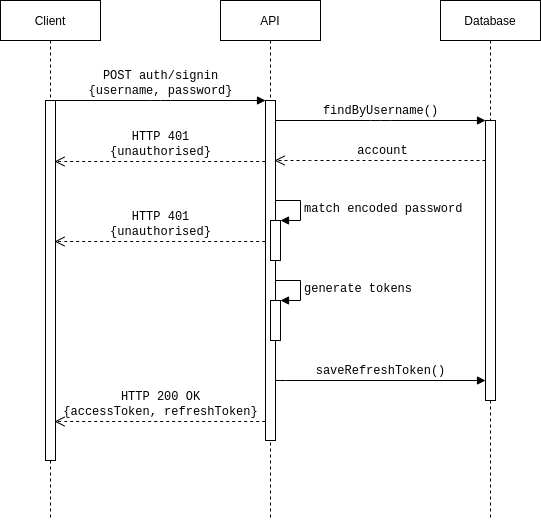
Earlier version of the draw.io export diagrams/auth-signin.png (the-pragmatic-dev/meco-api). Source tidied: cells renumbered, new cells last; positions are measured from the earlier drawing's top-left corner, leaving out a move shared by most shapes. Its diagram source:
```xml
<mxGraphModel background="#ffffff">
  <root>
    <mxCell id="0" />
    <mxCell id="1" parent="0" />
    <mxCell id="2" value="&lt;font face=&quot;Helvetica&quot;&gt;API&lt;/font&gt;" style="shape=umlLifeline;perimeter=lifelinePerimeter;whiteSpace=wrap;html=1;rounded=0;shadow=0;comic=0;labelBackgroundColor=none;strokeWidth=1;fontFamily=Verdana;fontSize=12;align=center;" parent="1" vertex="1">
      <mxGeometry x="220" width="100" height="520" as="geometry" />
    </mxCell>
    <mxCell id="3" style="html=1;points=[];perimeter=orthogonalPerimeter;rounded=0;shadow=0;comic=0;labelBackgroundColor=none;strokeWidth=1;fontFamily=Verdana;fontSize=12;align=center;" parent="2" vertex="1">
      <mxGeometry x="45" y="100" width="10" height="340" as="geometry" />
    </mxCell>
    <mxCell id="4" style="html=1;points=[];perimeter=orthogonalPerimeter;" parent="2" vertex="1">
      <mxGeometry x="50" y="300" width="10" height="40" as="geometry" />
    </mxCell>
    <mxCell id="5" value="&lt;font face=&quot;Courier New&quot; style=&quot;font-size: 12px&quot;&gt;generate tokens&lt;/font&gt;" style="edgeStyle=orthogonalEdgeStyle;html=1;align=left;spacingLeft=2;endArrow=block;rounded=0;entryX=1;entryY=0;comic=0;labelBackgroundColor=none;" parent="2" edge="1" target="4">
      <mxGeometry relative="1" as="geometry">
        <mxPoint x="55" y="280" as="sourcePoint" />
        <Array as="points">
          <mxPoint x="80" y="280" />
        </Array>
      </mxGeometry>
    </mxCell>
    <mxCell id="6" value="&lt;font face=&quot;Helvetica&quot;&gt;Database&lt;/font&gt;" style="shape=umlLifeline;perimeter=lifelinePerimeter;whiteSpace=wrap;html=1;rounded=0;shadow=0;comic=0;labelBackgroundColor=none;strokeWidth=1;fontFamily=Verdana;fontSize=12;align=center;" parent="1" vertex="1">
      <mxGeometry x="440" width="100" height="520" as="geometry" />
    </mxCell>
    <mxCell id="7" style="html=1;points=[];perimeter=orthogonalPerimeter;rounded=0;shadow=0;comic=0;labelBackgroundColor=none;strokeWidth=1;fontFamily=Verdana;fontSize=12;align=center;" parent="6" vertex="1">
      <mxGeometry x="45" y="120" width="10" height="280" as="geometry" />
    </mxCell>
    <mxCell id="8" value="&lt;font face=&quot;Helvetica&quot;&gt;Client&lt;/font&gt;" style="shape=umlLifeline;perimeter=lifelinePerimeter;whiteSpace=wrap;html=1;rounded=0;shadow=0;comic=0;labelBackgroundColor=none;strokeWidth=1;fontFamily=Verdana;fontSize=12;align=center;" parent="1" vertex="1">
      <mxGeometry width="100" height="520" as="geometry" />
    </mxCell>
    <mxCell id="9" style="html=1;points=[];perimeter=orthogonalPerimeter;rounded=0;shadow=0;comic=0;labelBackgroundColor=none;strokeWidth=1;fontFamily=Verdana;fontSize=12;align=center;" parent="8" vertex="1">
      <mxGeometry x="45" y="100" width="10" height="360" as="geometry" />
    </mxCell>
    <mxCell id="10" value="&lt;font face=&quot;Courier New&quot;&gt;POST auth/signin&lt;br&gt;{username, password}&lt;/font&gt;" style="html=1;verticalAlign=bottom;endArrow=block;entryX=0;entryY=0;labelBackgroundColor=none;fontFamily=Verdana;fontSize=12;edgeStyle=elbowEdgeStyle;elbow=vertical;" parent="1" edge="1" source="9" target="3">
      <mxGeometry relative="1" as="geometry" />
    </mxCell>
    <mxCell id="11" value="&lt;font face=&quot;Courier New&quot;&gt;findByUsername()&lt;/font&gt;" style="html=1;verticalAlign=bottom;endArrow=block;entryX=0;entryY=0;labelBackgroundColor=none;fontFamily=Verdana;fontSize=12;edgeStyle=elbowEdgeStyle;elbow=vertical;" parent="1" edge="1" source="3" target="7">
      <mxGeometry relative="1" as="geometry" />
    </mxCell>
    <mxCell id="12" value="&lt;font face=&quot;Courier New&quot;&gt;account&lt;/font&gt;" style="html=1;verticalAlign=bottom;endArrow=open;dashed=1;endSize=8;labelBackgroundColor=none;fontFamily=Verdana;fontSize=12;edgeStyle=elbowEdgeStyle;elbow=vertical;" parent="1" edge="1" source="7">
      <mxGeometry x="-0.02" relative="1" as="geometry">
        <mxPoint x="274" y="160" as="targetPoint" />
        <Array as="points">
          <mxPoint x="320" y="160" />
        </Array>
      </mxGeometry>
    </mxCell>
    <mxCell id="13" style="html=1;points=[];perimeter=orthogonalPerimeter;" parent="1" vertex="1">
      <mxGeometry x="270" y="220" width="10" height="40" as="geometry" />
    </mxCell>
    <mxCell id="14" value="&lt;font face=&quot;Courier New&quot; style=&quot;font-size: 12px&quot;&gt;match encoded password&lt;/font&gt;" style="edgeStyle=orthogonalEdgeStyle;html=1;align=left;spacingLeft=2;endArrow=block;rounded=0;entryX=1;entryY=0;labelBackgroundColor=none;" parent="1" edge="1" target="13">
      <mxGeometry relative="1" as="geometry">
        <mxPoint x="275" y="200" as="sourcePoint" />
        <Array as="points">
          <mxPoint x="300" y="200" />
        </Array>
      </mxGeometry>
    </mxCell>
    <mxCell id="15" value="&lt;font face=&quot;Courier New&quot;&gt;HTTP 200 OK&lt;br&gt;{accessToken, refreshToken}&lt;/font&gt;" style="html=1;verticalAlign=bottom;endArrow=open;dashed=1;endSize=8;labelBackgroundColor=none;fontFamily=Verdana;fontSize=12;edgeStyle=elbowEdgeStyle;elbow=vertical;entryX=0.933;entryY=0.261;entryDx=0;entryDy=0;entryPerimeter=0;" parent="1" edge="1">
      <mxGeometry x="1" y="106" relative="1" as="geometry">
        <mxPoint x="264.7" y="421" as="sourcePoint" />
        <mxPoint x="54" y="421" as="targetPoint" />
        <Array as="points">
          <mxPoint x="99.7" y="421" />
        </Array>
      </mxGeometry>
    </mxCell>
    <mxCell id="16" value="&lt;font face=&quot;Courier New&quot;&gt;saveRefreshToken()&lt;/font&gt;" style="html=1;verticalAlign=bottom;endArrow=block;entryX=0;entryY=0;labelBackgroundColor=none;fontFamily=Verdana;fontSize=12;edgeStyle=elbowEdgeStyle;elbow=vertical;" parent="1" edge="1">
      <mxGeometry relative="1" as="geometry">
        <mxPoint x="275" y="380.2" as="sourcePoint" />
        <mxPoint x="485" y="380" as="targetPoint" />
      </mxGeometry>
    </mxCell>
    <mxCell id="17" value="&lt;font face=&quot;Courier New&quot;&gt;HTTP 401&lt;br&gt;{unauthorised}&lt;/font&gt;" style="html=1;verticalAlign=bottom;endArrow=open;dashed=1;endSize=8;labelBackgroundColor=none;fontFamily=Verdana;fontSize=12;edgeStyle=elbowEdgeStyle;elbow=vertical;entryX=0.933;entryY=0.261;entryDx=0;entryDy=0;entryPerimeter=0;" parent="1" edge="1">
      <mxGeometry x="1" y="106" relative="1" as="geometry">
        <mxPoint x="264.7" y="241" as="sourcePoint" />
        <mxPoint x="54" y="241" as="targetPoint" />
        <Array as="points">
          <mxPoint x="99.7" y="241" />
        </Array>
      </mxGeometry>
    </mxCell>
    <mxCell id="18" value="&lt;font face=&quot;Courier New&quot;&gt;HTTP 401&lt;br&gt;{unauthorised}&lt;/font&gt;" style="html=1;verticalAlign=bottom;endArrow=open;dashed=1;endSize=8;labelBackgroundColor=none;fontFamily=Verdana;fontSize=12;edgeStyle=elbowEdgeStyle;elbow=vertical;entryX=0.933;entryY=0.261;entryDx=0;entryDy=0;entryPerimeter=0;" parent="1" edge="1">
      <mxGeometry x="1" y="106" relative="1" as="geometry">
        <mxPoint x="264.7" y="161" as="sourcePoint" />
        <mxPoint x="54" y="161" as="targetPoint" />
        <Array as="points">
          <mxPoint x="99.7" y="161" />
        </Array>
      </mxGeometry>
    </mxCell>
  </root>
</mxGraphModel>
```
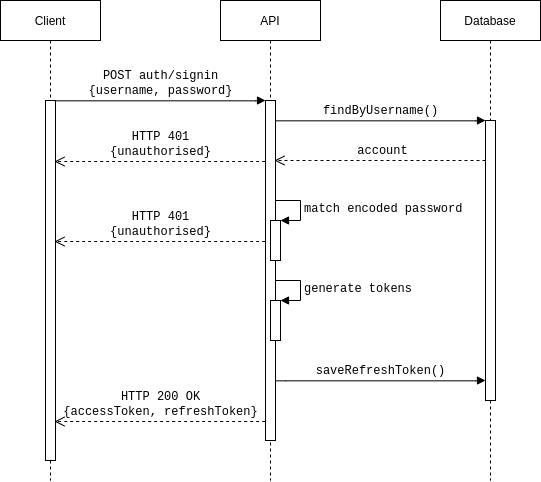
Above is the later version.

Commit message:
adding auth diagrams

The edit, as a diff of the source:
```diff
@@ -2,8 +2,8 @@
   <root>
     <mxCell id="0" />
     <mxCell id="1" parent="0" />
-    <mxCell id="2" value="&lt;font face=&quot;Helvetica&quot;&gt;API&lt;/font&gt;" style="shape=umlLifeline;perimeter=lifelinePerimeter;whiteSpace=wrap;html=1;rounded=0;shadow=0;comic=0;labelBackgroundColor=none;strokeWidth=1;fontFamily=Verdana;fontSize=12;align=center;" parent="1" vertex="1">
-      <mxGeometry x="220" width="100" height="520" as="geometry" />
+    <mxCell id="2" value="&lt;font face=&quot;Helvetica&quot;&gt;API&lt;/font&gt;" style="shape=umlLifeline;perimeter=lifelinePerimeter;whiteSpace=wrap;html=1;rounded=0;shadow=0;comic=0;labelBackgroundColor=none;strokeWidth=1;fontFamily=Verdana;fontSize=12;align=center;fillColor=none;" parent="1" vertex="1">
+      <mxGeometry x="220" width="100" height="480" as="geometry" />
     </mxCell>
     <mxCell id="3" style="html=1;points=[];perimeter=orthogonalPerimeter;rounded=0;shadow=0;comic=0;labelBackgroundColor=none;strokeWidth=1;fontFamily=Verdana;fontSize=12;align=center;" parent="2" vertex="1">
       <mxGeometry x="45" y="100" width="10" height="340" as="geometry" />
@@ -19,14 +19,14 @@
         </Array>
       </mxGeometry>
     </mxCell>
-    <mxCell id="6" value="&lt;font face=&quot;Helvetica&quot;&gt;Database&lt;/font&gt;" style="shape=umlLifeline;perimeter=lifelinePerimeter;whiteSpace=wrap;html=1;rounded=0;shadow=0;comic=0;labelBackgroundColor=none;strokeWidth=1;fontFamily=Verdana;fontSize=12;align=center;" parent="1" vertex="1">
-      <mxGeometry x="440" width="100" height="520" as="geometry" />
+    <mxCell id="6" value="&lt;font face=&quot;Helvetica&quot;&gt;Database&lt;/font&gt;" style="shape=umlLifeline;perimeter=lifelinePerimeter;whiteSpace=wrap;html=1;rounded=0;shadow=0;comic=0;labelBackgroundColor=none;strokeWidth=1;fontFamily=Verdana;fontSize=12;align=center;fillColor=none;" parent="1" vertex="1">
+      <mxGeometry x="440" width="100" height="480" as="geometry" />
     </mxCell>
     <mxCell id="7" style="html=1;points=[];perimeter=orthogonalPerimeter;rounded=0;shadow=0;comic=0;labelBackgroundColor=none;strokeWidth=1;fontFamily=Verdana;fontSize=12;align=center;" parent="6" vertex="1">
       <mxGeometry x="45" y="120" width="10" height="280" as="geometry" />
     </mxCell>
-    <mxCell id="8" value="&lt;font face=&quot;Helvetica&quot;&gt;Client&lt;/font&gt;" style="shape=umlLifeline;perimeter=lifelinePerimeter;whiteSpace=wrap;html=1;rounded=0;shadow=0;comic=0;labelBackgroundColor=none;strokeWidth=1;fontFamily=Verdana;fontSize=12;align=center;" parent="1" vertex="1">
-      <mxGeometry width="100" height="520" as="geometry" />
+    <mxCell id="8" value="&lt;font face=&quot;Helvetica&quot;&gt;Client&lt;/font&gt;" style="shape=umlLifeline;perimeter=lifelinePerimeter;whiteSpace=wrap;html=1;rounded=0;shadow=0;comic=0;labelBackgroundColor=none;strokeWidth=1;fontFamily=Verdana;fontSize=12;align=center;fillColor=none;" parent="1" vertex="1">
+      <mxGeometry width="100" height="480" as="geometry" />
     </mxCell>
     <mxCell id="9" style="html=1;points=[];perimeter=orthogonalPerimeter;rounded=0;shadow=0;comic=0;labelBackgroundColor=none;strokeWidth=1;fontFamily=Verdana;fontSize=12;align=center;" parent="8" vertex="1">
       <mxGeometry x="45" y="100" width="10" height="360" as="geometry" />
```
